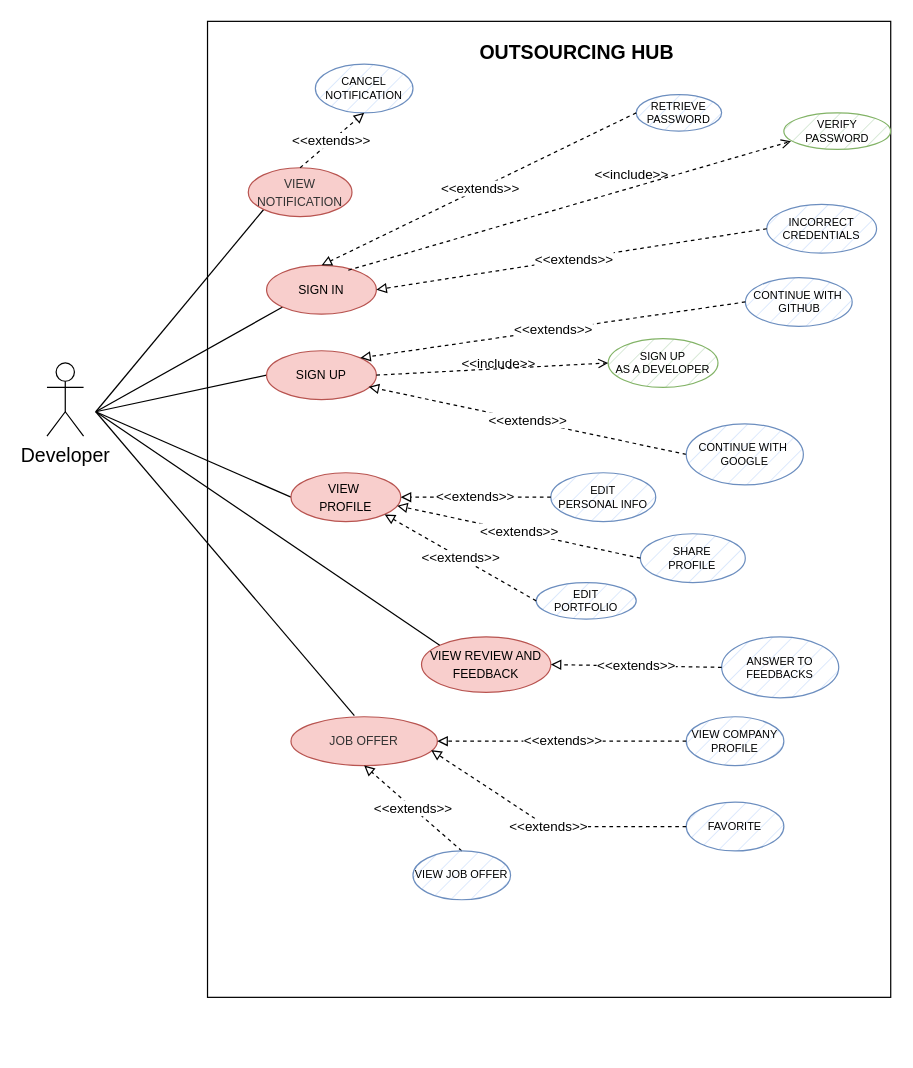
Above: use_cases/use_cases_dev.drawio in mattiadanisi00/ids (draw.io), before the change. Source tidied: cells renumbered, new cells numbered last; positions are measured from the earlier drawing's top-left corner, leaving out a move shared by most shapes. Both pictures are drawn from the tidied source at 122%, with x=0, y=0 at pixel (46, 21).
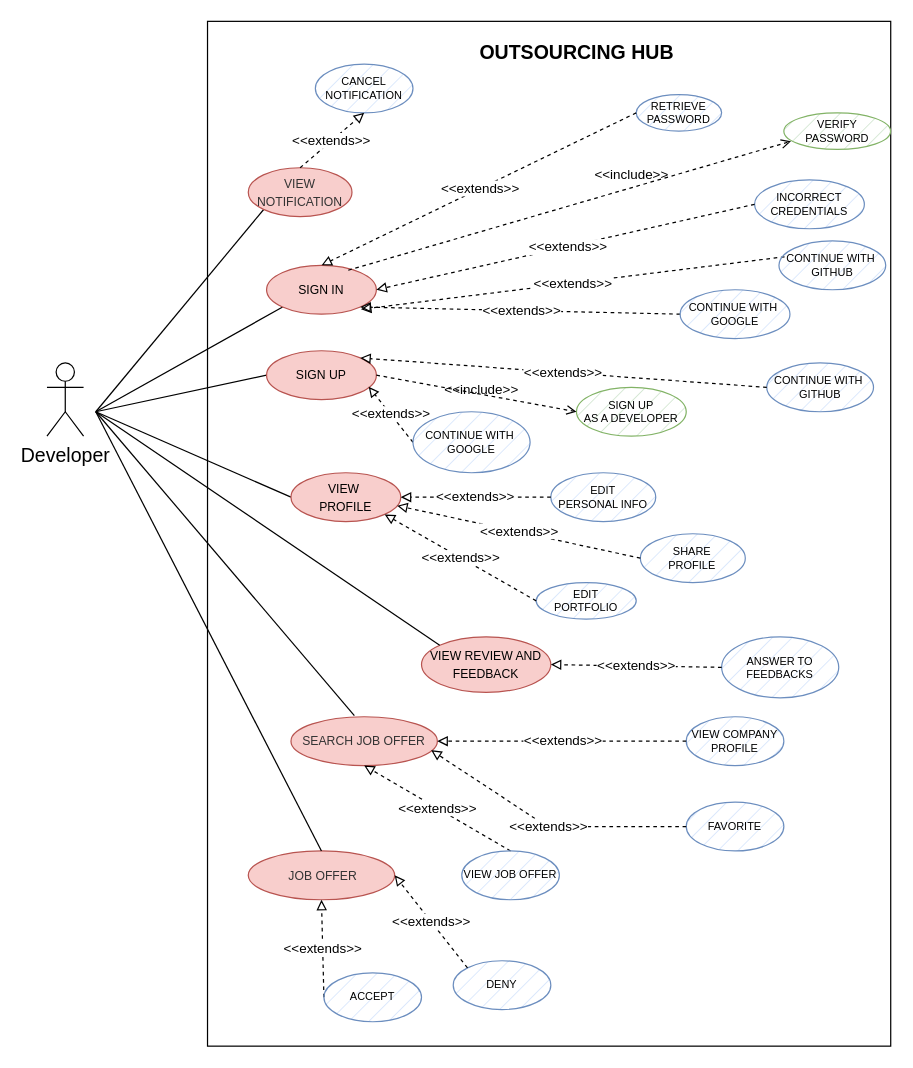
Above is the later version.

Unchanged cells that the change refers to:
```xml
<mxCell id="8" value="&lt;font style=&quot;font-size: 10px;&quot;&gt;SIGN IN&lt;/font&gt;" style="ellipse;whiteSpace=wrap;html=1;fillColor=#f8cecc;strokeColor=#b85450;" parent="1" vertex="1">
  <mxGeometry x="180" y="200" width="90" height="40" as="geometry" />
</mxCell>
```

What changed in the source:
```diff
@@
     <mxCell id="2" style="rounded=0;whiteSpace=wrap;html=1;" parent="1" vertex="1">
-      <mxGeometry x="131.6" width="560" height="800" as="geometry" />
+      <mxGeometry x="131.6" width="560" height="840" as="geometry" />
     </mxCell>
@@
     <mxCell id="9" value="&lt;font style=&quot;font-size: 9px;&quot;&gt;INCORRECT&lt;br style=&quot;font-size: 9px;&quot;&gt;CREDENTIALS&lt;/font&gt;" style="ellipse;whiteSpace=wrap;html=1;fillColor=#dae8fc;strokeColor=#6c8ebf;fontSize=9;strokeWidth=1;fillStyle=hatch;" parent="1" vertex="1">
-      <mxGeometry x="590" y="150" width="90" height="40" as="geometry" />
+      <mxGeometry x="580" y="130" width="90" height="40" as="geometry" />
     </mxCell>
@@
     <mxCell id="20" value="&lt;font style=&quot;font-size: 9px;&quot;&gt;CONTINUE WITH&amp;nbsp;&lt;br style=&quot;font-size: 9px;&quot;&gt;GOOGLE&lt;br style=&quot;font-size: 9px;&quot;&gt;&lt;/font&gt;" style="ellipse;whiteSpace=wrap;html=1;fillColor=#dae8fc;strokeColor=#6c8ebf;fontSize=9;strokeWidth=1;fillStyle=hatch;" parent="1" vertex="1">
-      <mxGeometry x="524" y="330" width="96" height="50" as="geometry" />
+      <mxGeometry x="300" y="320" width="96" height="50" as="geometry" />
     </mxCell>
     <mxCell id="21" value="&lt;font style=&quot;font-size: 9px;&quot;&gt;CONTINUE WITH&amp;nbsp;&lt;br style=&quot;font-size: 9px;&quot;&gt;GITHUB&lt;br style=&quot;font-size: 9px;&quot;&gt;&lt;/font&gt;" style="ellipse;whiteSpace=wrap;html=1;fillColor=#dae8fc;strokeColor=#6c8ebf;fontSize=9;strokeWidth=1;fillStyle=hatch;" parent="1" vertex="1">
-      <mxGeometry x="572.5" y="210" width="87.5" height="40" as="geometry" />
+      <mxGeometry x="590" y="280" width="87.5" height="40" as="geometry" />
     </mxCell>
@@
-    <mxCell id="27" value="&lt;span style=&quot;caret-color: rgb(0, 0, 0); font-family: Helvetica; font-size: x-small; font-style: normal; font-variant-caps: normal; font-weight: 400; letter-spacing: normal; text-align: center; text-indent: 0px; text-transform: none; word-spacing: 0px; -webkit-text-stroke-width: 0px; text-decoration: none; float: none; display: inline !important;&quot;&gt;&lt;font color=&quot;#333333&quot;&gt;JOB OFFER&lt;/font&gt;&lt;/span&gt;" style="ellipse;whiteSpace=wrap;html=1;fillColor=#f8cecc;strokeColor=#b85450;" parent="1" vertex="1">
+    <mxCell id="27" value="&lt;span style=&quot;caret-color: rgb(0, 0, 0); font-family: Helvetica; font-size: x-small; font-style: normal; font-variant-caps: normal; font-weight: 400; letter-spacing: normal; text-align: center; text-indent: 0px; text-transform: none; word-spacing: 0px; -webkit-text-stroke-width: 0px; text-decoration: none; float: none; display: inline !important;&quot;&gt;&lt;font color=&quot;#333333&quot;&gt;SEARCH JOB OFFER&lt;/font&gt;&lt;/span&gt;" style="ellipse;whiteSpace=wrap;html=1;fillColor=#f8cecc;strokeColor=#b85450;" parent="1" vertex="1">
       <mxGeometry x="200" y="570" width="120" height="40" as="geometry" />
     </mxCell>
@@
     <mxCell id="33" value="&lt;font style=&quot;font-size: 9px;&quot;&gt;SIGN UP&lt;br&gt;AS A DEVELOPER&lt;br&gt;&lt;/font&gt;" style="ellipse;whiteSpace=wrap;html=1;fillColor=#d5e8d4;strokeColor=#82b366;fontSize=9;strokeWidth=1;fillStyle=hatch;" parent="1" vertex="1">
-      <mxGeometry x="460" y="260" width="90" height="40" as="geometry" />
+      <mxGeometry x="434" y="300" width="90" height="40" as="geometry" />
     </mxCell>
@@
     <mxCell id="44" value="&lt;font style=&quot;font-size: 9px;&quot;&gt;VIEW JOB OFFER&lt;br style=&quot;font-size: 9px;&quot;&gt;&lt;/font&gt;" style="ellipse;whiteSpace=wrap;html=1;fillColor=#dae8fc;strokeColor=#6c8ebf;fontSize=9;strokeWidth=1;fillStyle=hatch;" parent="1" vertex="1">
-      <mxGeometry x="300" y="680" width="80" height="40" as="geometry" />
+      <mxGeometry x="340" y="680" width="80" height="40" as="geometry" />
     </mxCell>
+    <mxCell id="45" value="&amp;lt;&amp;lt;extends&amp;gt;&amp;gt;" style="endArrow=block;endFill=0;html=1;rounded=0;dashed=1;exitX=0.052;exitY=0.325;exitDx=0;exitDy=0;entryX=1;entryY=0;entryDx=0;entryDy=0;exitPerimeter=0;" parent="1" edge="1" source="46">
+      <mxGeometry relative="1" as="geometry">
+        <mxPoint x="257.4" y="236" as="targetPoint" />
+      </mxGeometry>
+    </mxCell>
+    <mxCell id="46" value="&lt;font style=&quot;font-size: 9px;&quot;&gt;CONTINUE WITH&amp;nbsp;&lt;br style=&quot;font-size: 9px;&quot;&gt;GITHUB&lt;br style=&quot;font-size: 9px;&quot;&gt;&lt;/font&gt;" style="ellipse;whiteSpace=wrap;html=1;fillColor=#dae8fc;strokeColor=#6c8ebf;fontSize=9;strokeWidth=1;fillStyle=hatch;" parent="1" vertex="1">
+      <mxGeometry x="600" y="180" width="87.5" height="40" as="geometry" />
+    </mxCell>
+    <mxCell id="47" value="&amp;lt;&amp;lt;extends&amp;gt;&amp;gt;" style="endArrow=block;endFill=0;html=1;rounded=0;dashed=1;entryX=1;entryY=1;entryDx=0;entryDy=0;exitX=0;exitY=0.5;exitDx=0;exitDy=0;" parent="1" edge="1" source="48" target="8">
+      <mxGeometry x="-0.01" relative="1" as="geometry" />
+    </mxCell>
+    <mxCell id="48" value="&lt;font style=&quot;font-size: 9px;&quot;&gt;CONTINUE WITH&amp;nbsp;&lt;br style=&quot;font-size: 9px;&quot;&gt;GOOGLE&lt;br style=&quot;font-size: 9px;&quot;&gt;&lt;/font&gt;" style="ellipse;whiteSpace=wrap;html=1;fillColor=#dae8fc;strokeColor=#6c8ebf;fontSize=9;strokeWidth=1;fillStyle=hatch;" parent="1" vertex="1">
+      <mxGeometry x="519" y="220" width="90" height="40" as="geometry" />
+    </mxCell>
+    <mxCell id="49" value="&lt;span style=&quot;caret-color: rgb(0, 0, 0); font-family: Helvetica; font-size: x-small; font-style: normal; font-variant-caps: normal; font-weight: 400; letter-spacing: normal; text-align: center; text-indent: 0px; text-transform: none; word-spacing: 0px; -webkit-text-stroke-width: 0px; text-decoration: none; float: none; display: inline !important;&quot;&gt;&lt;font color=&quot;#333333&quot;&gt;&amp;nbsp;JOB OFFER&lt;/font&gt;&lt;/span&gt;" style="ellipse;whiteSpace=wrap;html=1;fillColor=#f8cecc;strokeColor=#b85450;" parent="1" vertex="1">
+      <mxGeometry x="165" y="680" width="120" height="40" as="geometry" />
+    </mxCell>
+    <mxCell id="50" style="edgeStyle=none;rounded=0;jettySize=auto;html=1;strokeColor=default;strokeWidth=1;fontSize=10;startArrow=none;startFill=0;endArrow=none;endFill=0;exitX=0.5;exitY=0;exitDx=0;exitDy=0;" parent="1" edge="1" source="49">
+      <mxGeometry relative="1" as="geometry">
+        <mxPoint x="40" y="320" as="targetPoint" />
+      </mxGeometry>
+    </mxCell>
+    <mxCell id="51" value="&amp;lt;&amp;lt;extends&amp;gt;&amp;gt;" style="endArrow=block;endFill=0;html=1;rounded=0;dashed=1;entryX=0.5;entryY=1;entryDx=0;entryDy=0;exitX=0;exitY=0.5;exitDx=0;exitDy=0;" parent="1" edge="1" source="52" target="49">
+      <mxGeometry x="-0.01" relative="1" as="geometry" />
+    </mxCell>
+    <mxCell id="52" value="&lt;font style=&quot;font-size: 9px;&quot;&gt;ACCEPT&lt;br style=&quot;font-size: 9px;&quot;&gt;&lt;/font&gt;" style="ellipse;whiteSpace=wrap;html=1;fillColor=#dae8fc;strokeColor=#6c8ebf;fontSize=9;strokeWidth=1;fillStyle=hatch;" parent="1" vertex="1">
+      <mxGeometry x="227" y="780" width="80" height="40" as="geometry" />
+    </mxCell>
+    <mxCell id="53" value="&lt;font style=&quot;font-size: 9px;&quot;&gt;DENY&lt;br style=&quot;font-size: 9px;&quot;&gt;&lt;/font&gt;" style="ellipse;whiteSpace=wrap;html=1;fillColor=#dae8fc;strokeColor=#6c8ebf;fontSize=9;strokeWidth=1;fillStyle=hatch;" parent="1" vertex="1">
+      <mxGeometry x="333" y="770" width="80" height="40" as="geometry" />
+    </mxCell>
+    <mxCell id="54" value="&amp;lt;&amp;lt;extends&amp;gt;&amp;gt;" style="endArrow=block;endFill=0;html=1;rounded=0;dashed=1;entryX=1;entryY=0.5;entryDx=0;entryDy=0;exitX=0;exitY=0;exitDx=0;exitDy=0;" parent="1" edge="1" source="53" target="49">
+      <mxGeometry x="-0.01" relative="1" as="geometry" />
+    </mxCell>
```
